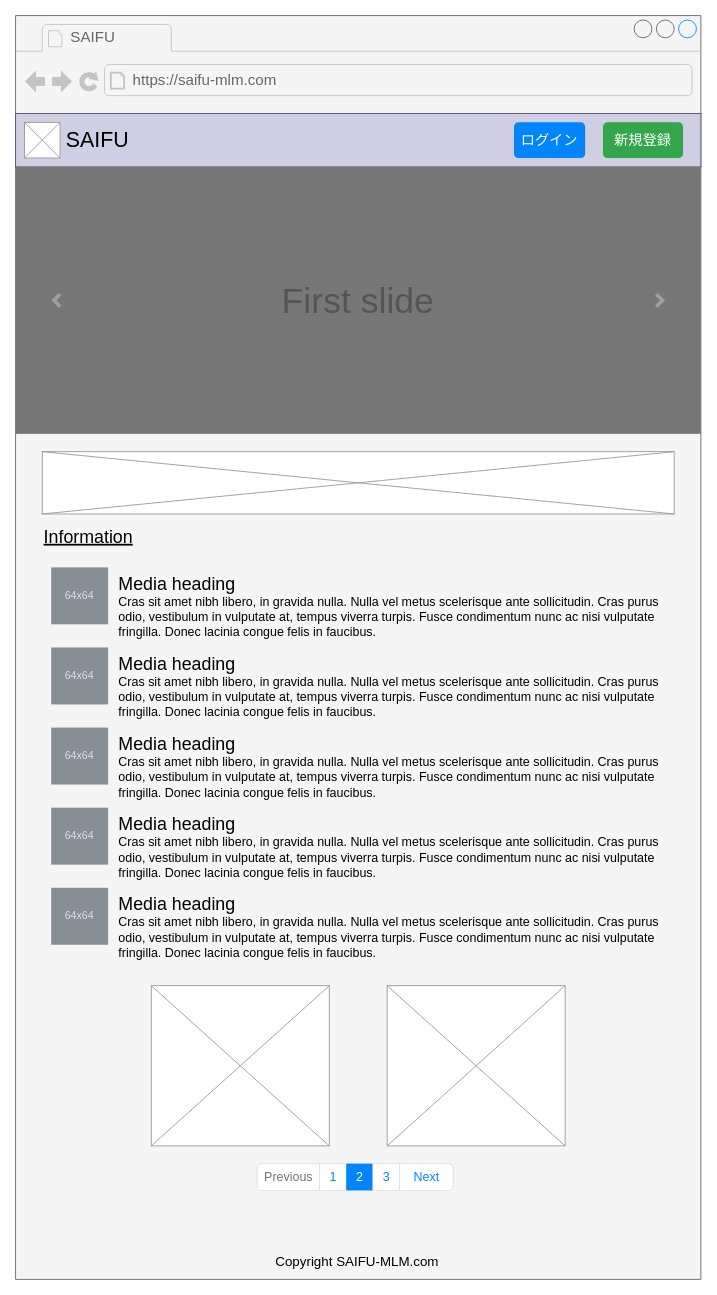
This is page "LandingPage" (4 of 4) of documents/SaifuDesign.drawio from JojiKoike/saifu, a draw.io file, before an edit. Source tidied: cells renumbered, new cells numbered last; positions are measured from the earlier drawing's top-left corner, leaving out a move shared by most shapes. Both pictures are drawn from the tidied source at 89%, with x=0, y=0 at pixel (15, 15).
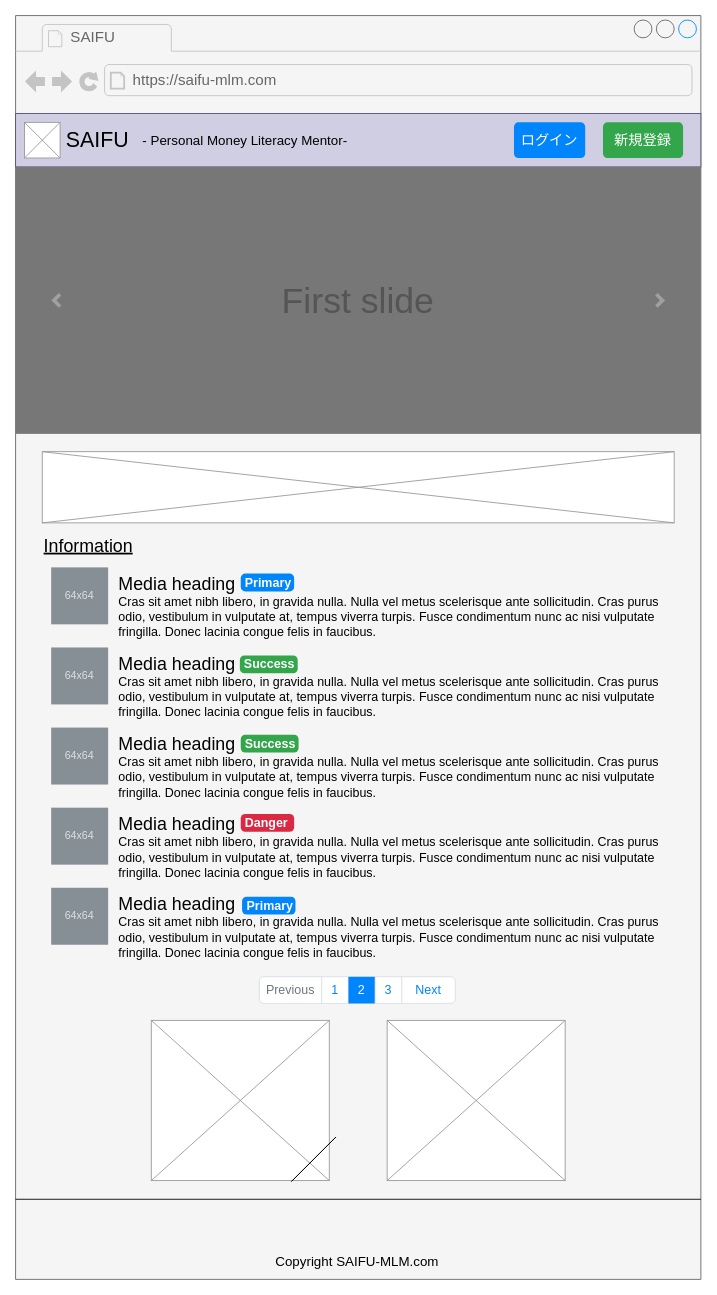
After the change.

Change to the diagram source:
```diff
@@
     <mxCell id="9" style="html=1;shadow=0;dashed=0;shape=mxgraph.bootstrap.rrect;rSize=5;strokeColor=#DEE2E6;html=1;whiteSpace=wrap;fillColor=#ffffff;fontColor=#0085FC;fontSize=14;" parent="1" vertex="1">
-      <mxGeometry x="271.5" y="1290" width="220" height="30" as="geometry" />
+      <mxGeometry x="274" y="1080" width="220" height="30" as="geometry" />
     </mxCell>
@@
     <mxCell id="17" value="Information" style="text;html=1;strokeColor=none;fillColor=none;align=left;verticalAlign=middle;whiteSpace=wrap;rounded=0;fontColor=#000000;fontSize=20;fontStyle=4;" parent="1" vertex="1">
-      <mxGeometry x="30" y="570" width="280" height="30" as="geometry" />
+      <mxGeometry x="30" y="580" width="280" height="30" as="geometry" />
     </mxCell>
@@
     <mxCell id="29" style="verticalLabelPosition=bottom;shadow=0;dashed=0;align=center;html=1;verticalAlign=top;strokeWidth=1;shape=mxgraph.mockup.graphics.simpleIcon;strokeColor=#999999;fontSize=20;fontColor=#000000;" parent="1" vertex="1">
-      <mxGeometry x="152.5" y="1090" width="200" height="180" as="geometry" />
+      <mxGeometry x="152.5" y="1129" width="200" height="180" as="geometry" />
     </mxCell>
     <mxCell id="30" style="verticalLabelPosition=bottom;shadow=0;dashed=0;align=center;html=1;verticalAlign=top;strokeWidth=1;shape=mxgraph.mockup.graphics.simpleIcon;strokeColor=#999999;fontSize=20;fontColor=#000000;" parent="1" vertex="1">
-      <mxGeometry x="417.5" y="1090" width="200" height="180" as="geometry" />
+      <mxGeometry x="417.5" y="1129" width="200" height="180" as="geometry" />
     </mxCell>
     <mxCell id="31" style="verticalLabelPosition=bottom;shadow=0;dashed=0;align=center;html=1;verticalAlign=top;strokeWidth=1;shape=mxgraph.mockup.graphics.simpleIcon;strokeColor=#999999;fontSize=20;fontColor=#000000;" parent="1" vertex="1">
-      <mxGeometry x="30" y="490" width="710" height="70" as="geometry" />
+      <mxGeometry x="30" y="490" width="710" height="80" as="geometry" />
     </mxCell>
@@
+    <mxCell id="33" value="Primary" style="html=1;shadow=0;dashed=0;shape=mxgraph.bootstrap.rrect;rSize=5;strokeColor=none;strokeWidth=1;fillColor=#0085FC;fontColor=#FFFFFF;whiteSpace=wrap;align=left;verticalAlign=middle;spacingLeft=0;fontStyle=1;fontSize=14;spacing=5;" parent="1" vertex="1">
+      <mxGeometry x="253" y="627" width="60" height="20" as="geometry" />
+    </mxCell>
+    <mxCell id="34" value="Danger" style="html=1;shadow=0;dashed=0;shape=mxgraph.bootstrap.rrect;rSize=5;strokeColor=none;strokeWidth=1;fillColor=#DB2843;fontColor=#FFFFFF;whiteSpace=wrap;align=left;verticalAlign=middle;spacingLeft=0;fontStyle=1;fontSize=14;spacing=5;" parent="1" vertex="1">
+      <mxGeometry x="253" y="897" width="60" height="20" as="geometry" />
+    </mxCell>
+    <mxCell id="35" value="Success" style="html=1;shadow=0;dashed=0;shape=mxgraph.bootstrap.rrect;rSize=5;strokeColor=none;strokeWidth=1;fillColor=#33A64C;fontColor=#FFFFFF;whiteSpace=wrap;align=left;verticalAlign=middle;spacingLeft=0;fontStyle=1;fontSize=14;spacing=5;" parent="1" vertex="1">
+      <mxGeometry x="252" y="719" width="65" height="20" as="geometry" />
+    </mxCell>
+    <mxCell id="36" value="Success" style="html=1;shadow=0;dashed=0;shape=mxgraph.bootstrap.rrect;rSize=5;strokeColor=none;strokeWidth=1;fillColor=#33A64C;fontColor=#FFFFFF;whiteSpace=wrap;align=left;verticalAlign=middle;spacingLeft=0;fontStyle=1;fontSize=14;spacing=5;" parent="1" vertex="1">
+      <mxGeometry x="253" y="808" width="65" height="20" as="geometry" />
+    </mxCell>
+    <mxCell id="37" value="Primary" style="html=1;shadow=0;dashed=0;shape=mxgraph.bootstrap.rrect;rSize=5;strokeColor=none;strokeWidth=1;fillColor=#0085FC;fontColor=#FFFFFF;whiteSpace=wrap;align=left;verticalAlign=middle;spacingLeft=0;fontStyle=1;fontSize=14;spacing=5;" parent="1" vertex="1">
+      <mxGeometry x="254.5" y="990" width="60" height="20" as="geometry" />
+    </mxCell>
+    <mxCell id="38" style="endArrow=none;html=1;fontSize=15;fontColor=#000000;" parent="1" edge="1">
+      <mxGeometry relative="1" as="geometry">
+        <mxPoint x="310" y="1310" as="sourcePoint" />
+        <mxPoint x="360" y="1260" as="targetPoint" />
+      </mxGeometry>
+    </mxCell>
+    <mxCell id="39" style="endArrow=none;html=1;fontSize=15;fontColor=#000000;" parent="1" edge="1">
+      <mxGeometry relative="1" as="geometry">
+        <mxPoint x="310" y="1310" as="sourcePoint" />
+        <mxPoint x="360" y="1260" as="targetPoint" />
+      </mxGeometry>
+    </mxCell>
+    <mxCell id="40" style="endArrow=none;html=1;fontSize=15;fontColor=#000000;strokeColor=#000000;" parent="1" edge="1">
+      <mxGeometry relative="1" as="geometry">
+        <mxPoint y="1330" as="sourcePoint" />
+        <mxPoint x="770" y="1330" as="targetPoint" />
+      </mxGeometry>
+    </mxCell>
+    <mxCell id="41" value="- Personal Money Literacy Mentor-" style="text;html=1;strokeColor=none;fillColor=none;align=center;verticalAlign=middle;whiteSpace=wrap;rounded=0;fontSize=15;fontColor=#000000;" parent="1" vertex="1">
+      <mxGeometry x="128" y="130" width="260" height="20" as="geometry" />
+    </mxCell>
```
